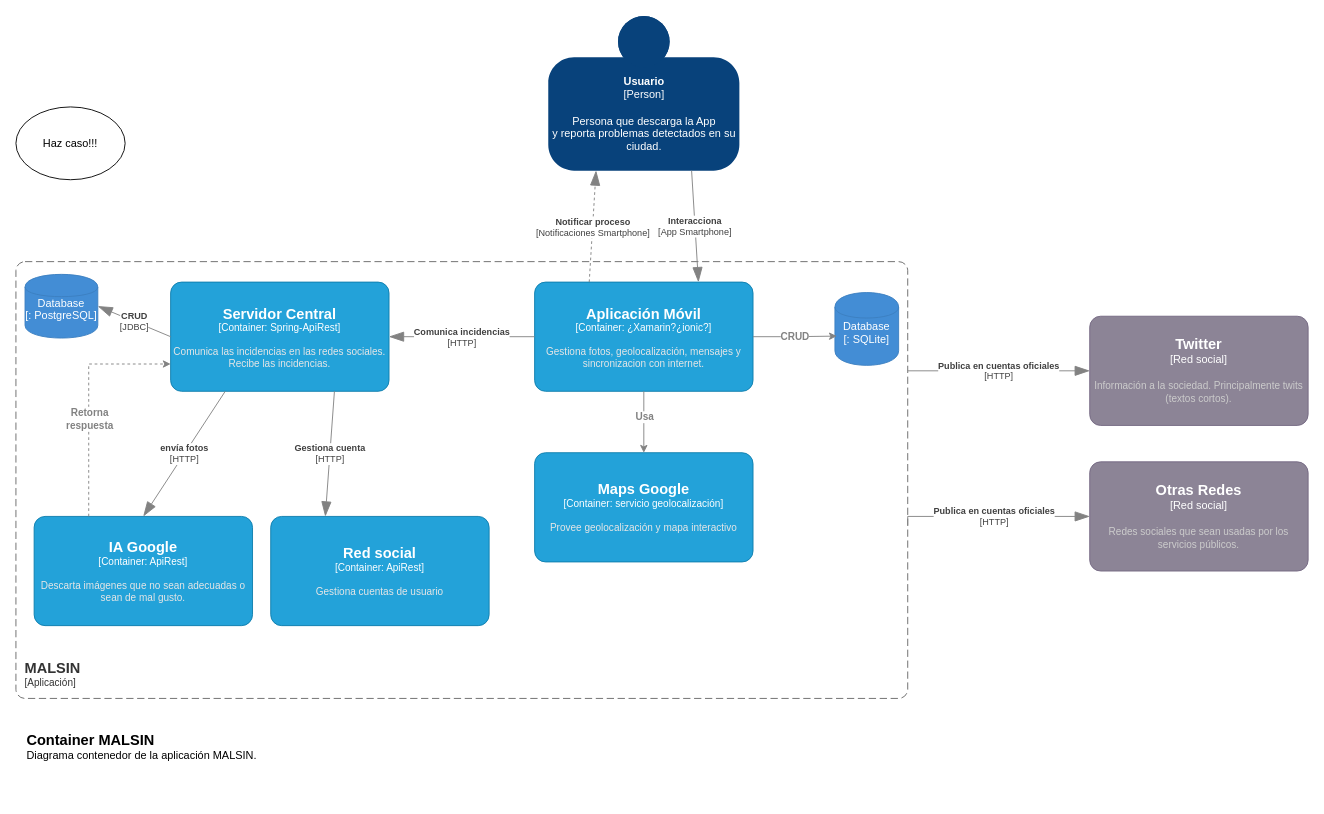
Before: page "Container" (2 of 2) of modeloC4MALSIN.drawio in bgtiban/malsin-documentation, a draw.io diagram. Source tidied: cells renumbered, new cells numbered last; positions are measured from the earlier drawing's top-left corner, leaving out a move shared by most shapes. Both pictures are drawn from the tidied source at 91%, with x=0, y=0 at pixel (15, 15).
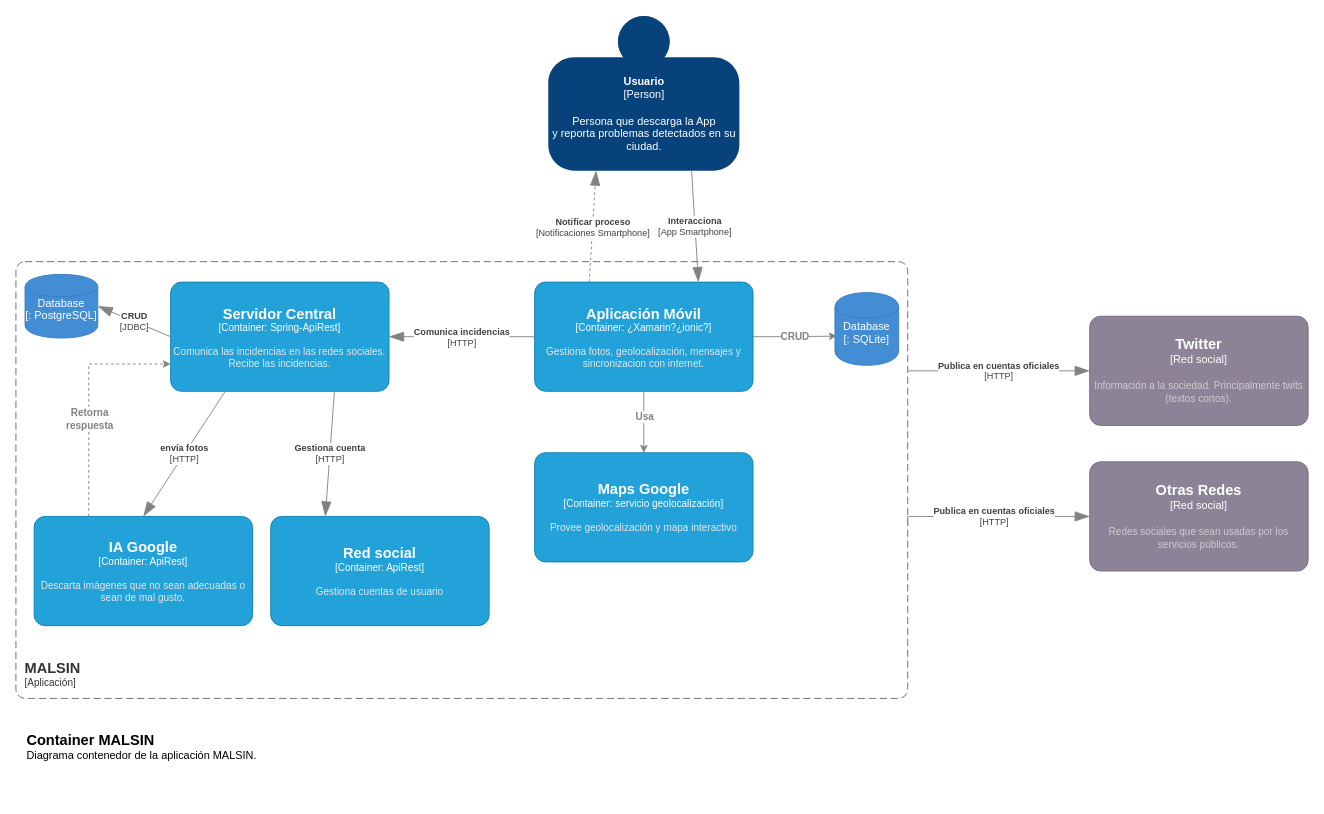
The same page after the edit.

Commit message:
borrado de haz caso

The edit, as a diff of the source:
```diff
@@
-    <mxCell id="28" value="Haz caso!!!" style="ellipse;whiteSpace=wrap;html=1;" parent="1" vertex="1">
-      <mxGeometry y="100" width="120" height="80" as="geometry" />
-    </mxCell>
```
